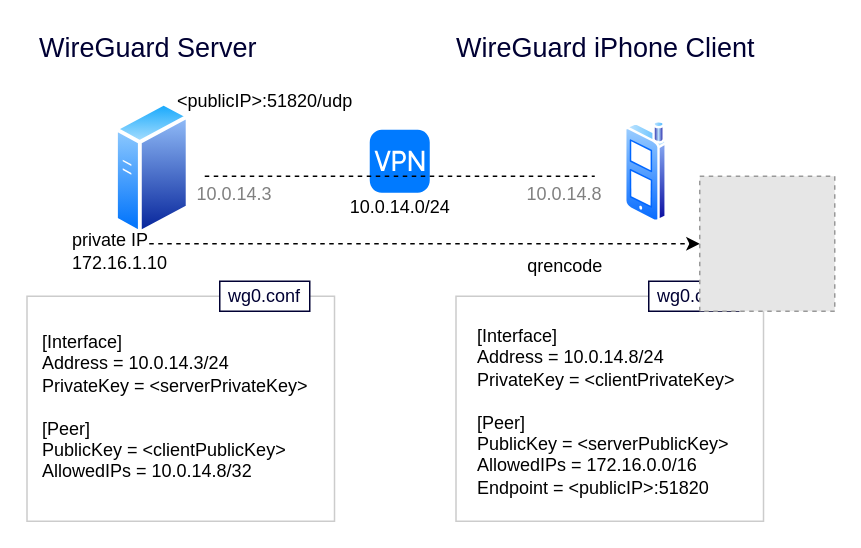
This is diagrams/ubuntu-wireguard-iphone-client.drawio from fabianlee/blogcode, a draw.io file, before an edit. Source tidied: cells renumbered, new cells numbered last; positions are measured from the earlier drawing's top-left corner, leaving out a move shared by most shapes. Both pictures are drawn from the tidied source at 150%, with x=0, y=0 at pixel (27, 26). Pictures stored in the file or linked from it are replaced by grey dashed boxes.
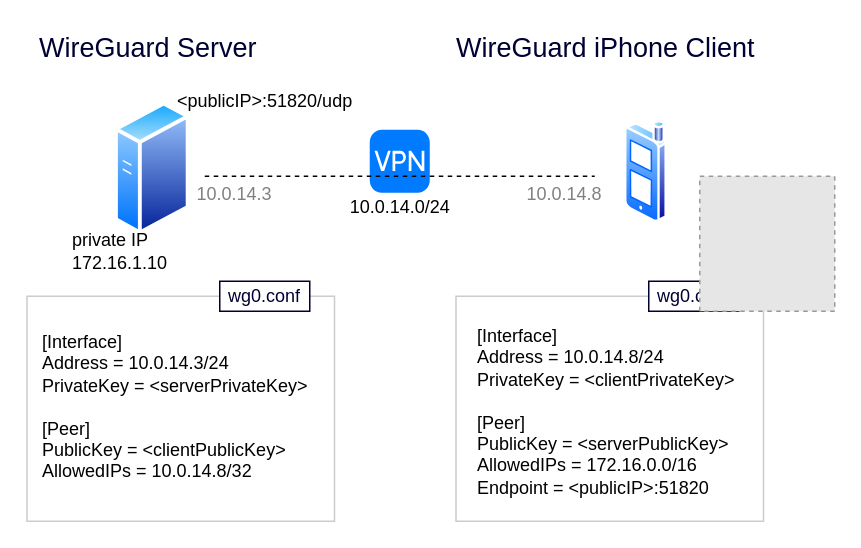
The same page after the edit.

The change refers to these unchanged cells:
```xml
<mxCell id="20" style="fillColor=#E6E6E6;strokeColor=#999999;dashed=1;html=1;verticalAlign=top;verticalLabelPosition=bottom;labelBackgroundColor=#ffffff;rotation=90;" parent="1" vertex="1">
  <mxGeometry x="448" y="100" width="90" height="90" as="geometry" />
</mxCell>
```

What changed in the source:
```diff
@@
-    <mxCell id="11" style="edgeStyle=orthogonalEdgeStyle;rounded=0;jettySize=auto;html=1;entryX=0.5;entryY=1;entryDx=0;entryDy=0;dashed=1;" parent="1" edge="1" target="20">
-      <mxGeometry relative="1" as="geometry">
-        <mxPoint x="81" y="145" as="sourcePoint" />
-        <Array as="points">
-          <mxPoint x="81" y="145" />
-        </Array>
-      </mxGeometry>
-    </mxCell>
@@
-    <mxCell id="21" value="qrencode" style="text;html=1;align=center;verticalAlign=middle;strokeColor=none;" parent="1" vertex="1">
-      <mxGeometry x="323" y="150" width="70" height="20" as="geometry" />
-    </mxCell>
```
